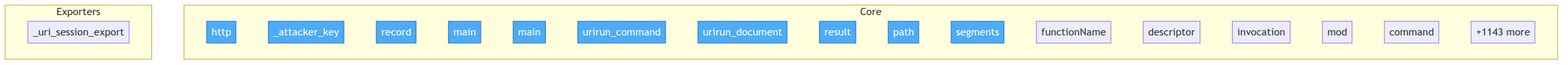
Above: project/flow.png in if-uri/urirun (Mermaid), before the change. Its source is kept beside it as project/flow.mmd.
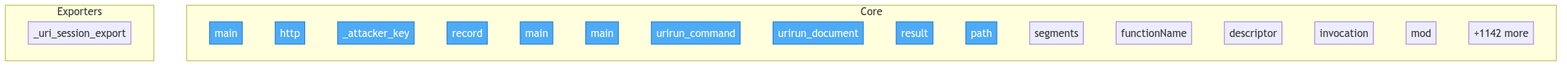
After the change.

What changed in the source:
```diff
@@ -3,6 +3,7 @@
     classDef entry fill:#4dabf7,stroke:#1971c2,color:#fff
 
     subgraph Core
+        docs__gen_error_codes__main["main"]
         security__mesh_probe__probe__http["http"]
         security__mesh_probe__probe___attacker_key["_attacker_key"]
         security__mesh_probe__probe__record["record"]
@@ -17,12 +18,11 @@
         adapters__js__descriptor["descriptor"]
         adapters__js__invocation["invocation"]
         adapters__js__mod["mod"]
-        adapters__java__Urirun__Urirun__command["command"]
-        ...["+1143 more"]
+        ...["+1142 more"]
     end
 
     subgraph Exporters
         adapters__python__urirun__node__skill___uri_session_export["_uri_session_export"]
     end
 
-    class security__mesh_probe__probe__http,security__mesh_probe__probe___attacker_key,security__mesh_probe__probe__record,adapters__conformance__main,adapters__new_connector__main,adapters__bash__urirun__urirun_command,adapters__bash__urirun__urirun_document,adapters__js__index__test__result,adapters__js__path,adapters__js__segments entry
+    class docs__gen_error_codes__main,security__mesh_probe__probe__http,security__mesh_probe__probe___attacker_key,security__mesh_probe__probe__record,adapters__conformance__main,adapters__new_connector__main,adapters__bash__urirun__urirun_command,adapters__bash__urirun__urirun_document,adapters__js__index__test__result,adapters__js__path entry
```
